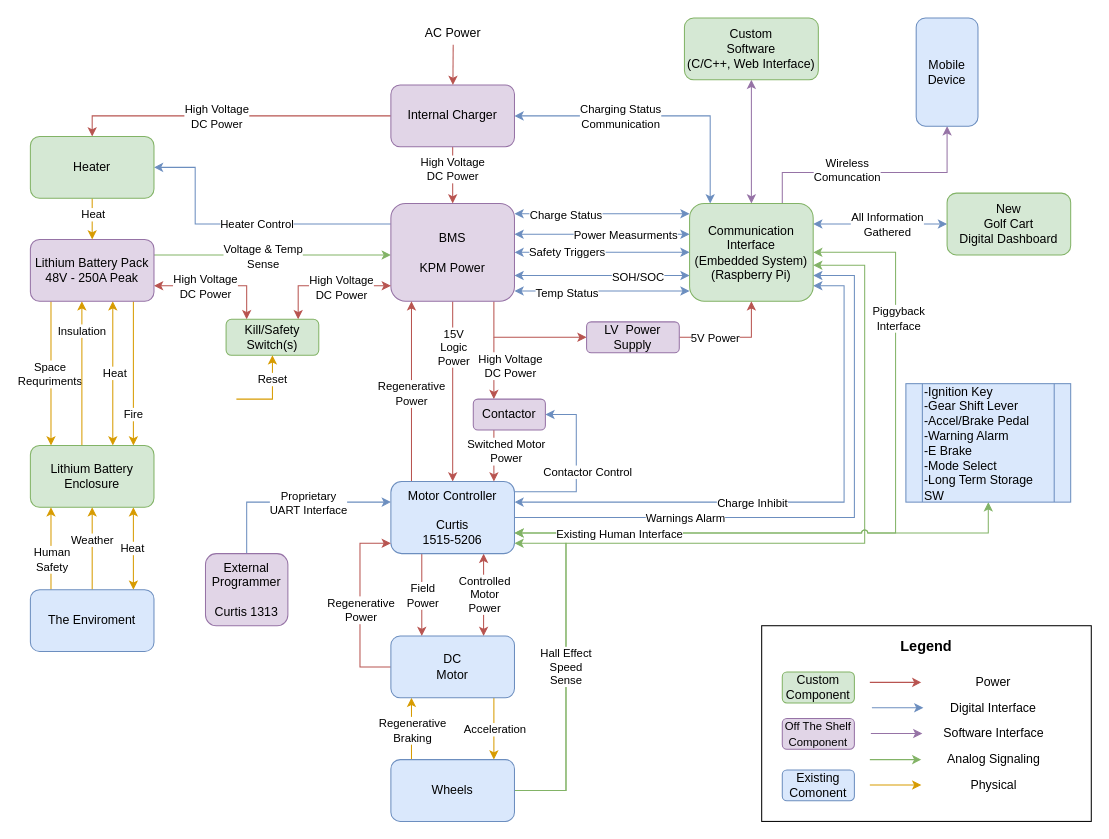
khallman97/ENG4000 keeps this draw.io diagram as Diagrams/FSD v1.1.drawio. Above is the earlier version. Source tidied: cells renumbered, new cells numbered last; positions are measured from the earlier drawing's top-left corner, leaving out a move shared by most shapes. Both pictures are drawn from the tidied source at 103%, with x=0, y=0 at pixel (30, 18).
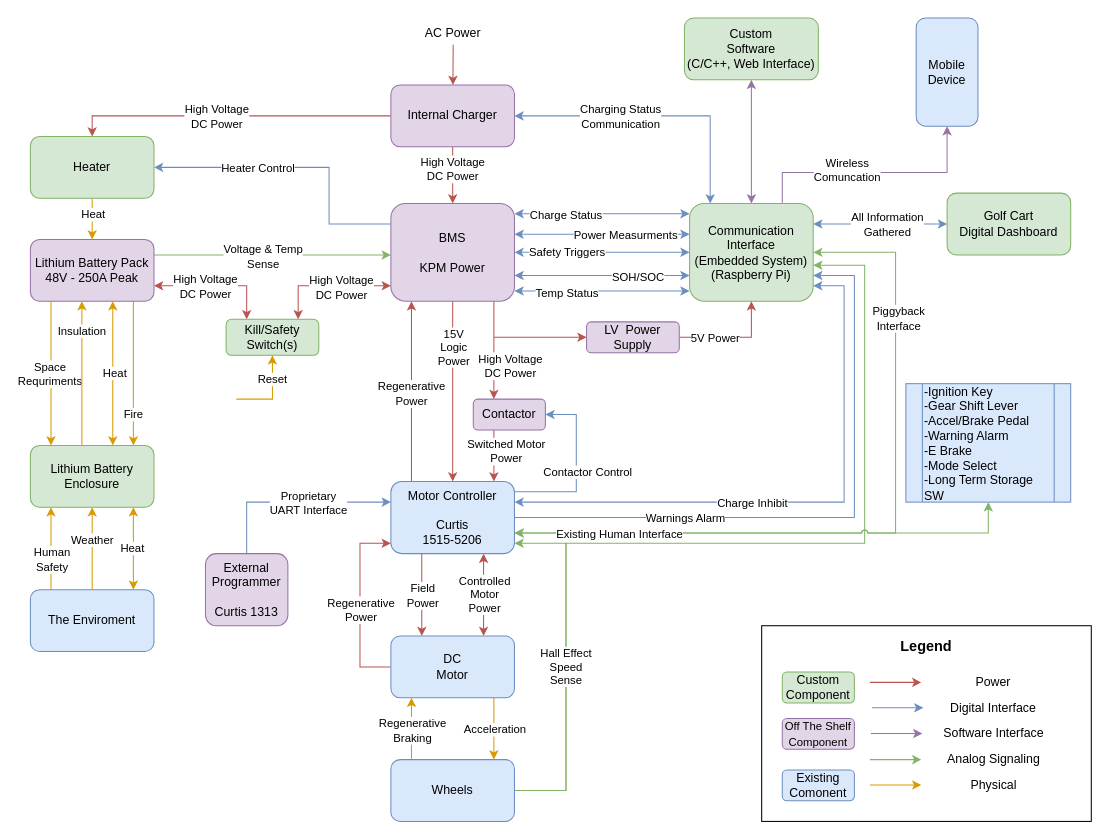
Above is the later version.

The change refers to these unchanged cells:
```xml
<mxCell id="29" value="&lt;div&gt;BMS&lt;/div&gt;&lt;div&gt;&lt;br&gt;&lt;/div&gt;&lt;div&gt;KPM Power&lt;br&gt;&lt;/div&gt;" style="rounded=1;whiteSpace=wrap;html=1;fillColor=#e1d5e7;strokeColor=#9673a6;" parent="1" vertex="1">
  <mxGeometry x="350" y="180" width="120" height="95" as="geometry" />
</mxCell>
<mxCell id="88" value="&lt;div&gt;Heater&lt;br&gt;&lt;/div&gt;" style="rounded=1;whiteSpace=wrap;html=1;fillColor=#d5e8d4;strokeColor=#82b366;" parent="1" vertex="1">
  <mxGeometry y="115" width="120" height="60" as="geometry" />
</mxCell>
```

The edit, as a diff of the source:
```diff
@@
     <mxCell id="27" style="edgeStyle=orthogonalEdgeStyle;rounded=0;jumpStyle=arc;jettySize=auto;html=1;startArrow=none;startFill=0;endArrow=classic;endFill=1;fillColor=#dae8fc;strokeColor=#6c8ebf;" parent="1" edge="1" source="29" target="88">
       <mxGeometry relative="1" as="geometry">
         <Array as="points">
-          <mxPoint x="160" y="200" />
-          <mxPoint x="160" y="145" />
+          <mxPoint x="290" y="200" />
+          <mxPoint x="290" y="145" />
         </Array>
       </mxGeometry>
     </mxCell>
     <mxCell id="28" value="Heater Control" style="edgeLabel;html=1;align=center;verticalAlign=middle;" parent="27" vertex="1">
-      <mxGeometry x="-0.08" y="-1" relative="1" as="geometry" />
+      <mxGeometry x="-0.08" y="-1" relative="1" as="geometry">
+        <mxPoint x="-54" y="1" as="offset" />
+      </mxGeometry>
     </mxCell>
@@
-    <mxCell id="120" value="&lt;div&gt;New&lt;br&gt;&lt;/div&gt;&lt;div&gt;Golf Cart&lt;/div&gt;&lt;div&gt;Digital Dashboard&lt;br&gt;&lt;/div&gt;" style="rounded=1;whiteSpace=wrap;html=1;fillColor=#d5e8d4;strokeColor=#82b366;" parent="1" vertex="1">
+    <mxCell id="120" value="&lt;div&gt;Golf Cart&lt;/div&gt;&lt;div&gt;Digital Dashboard&lt;br&gt;&lt;/div&gt;" style="rounded=1;whiteSpace=wrap;html=1;fillColor=#d5e8d4;strokeColor=#82b366;" parent="1" vertex="1">
       <mxGeometry x="890" y="170" width="120" height="60" as="geometry" />
     </mxCell>
```
